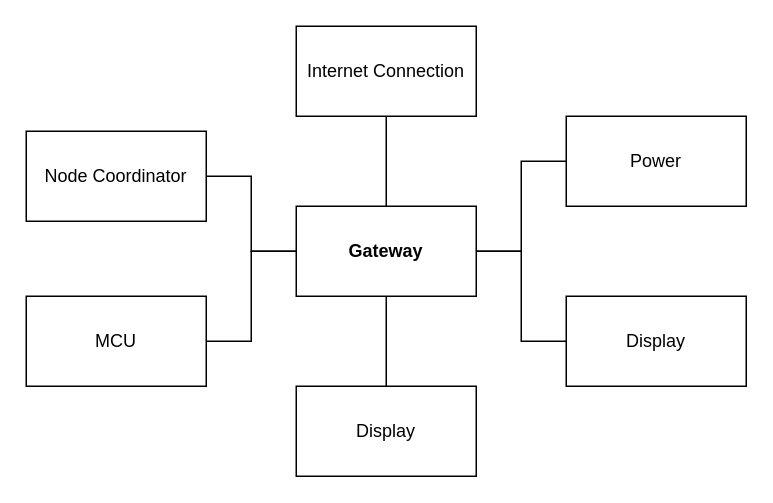
nnthanh1996/canva keeps this draw.io diagram as SodokhoiGateway.drawio. Above is the earlier version. Source tidied: cells renumbered, new cells numbered last; positions are measured from the earlier drawing's top-left corner, leaving out a move shared by most shapes. Both pictures are drawn from the tidied source at 150%, with x=0, y=0 at pixel (26, 26).
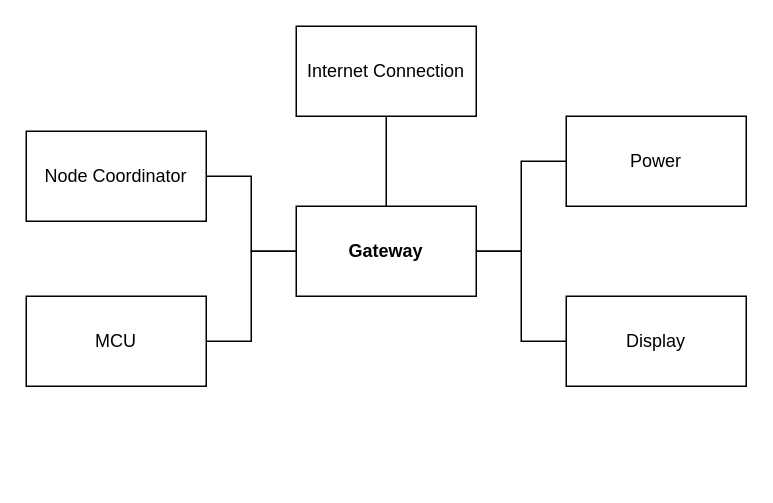
The same diagram, later.

Change to the diagram source:
```diff
@@
 <mxGraphModel>
   <root>
     <mxCell id="0" />
     <mxCell id="1" parent="0" />
     <mxCell id="2" value="Gateway" style="rounded=0;whiteSpace=wrap;html=1;fontStyle=1;" parent="1" vertex="1">
       <mxGeometry x="180" y="120" width="120" height="60" as="geometry" />
     </mxCell>
     <mxCell id="3" style="edgeStyle=orthogonalEdgeStyle;rounded=0;jettySize=auto;html=1;exitX=0.5;exitY=1;exitDx=0;exitDy=0;entryX=0.5;entryY=0;entryDx=0;entryDy=0;endArrow=none;endFill=0;" parent="1" edge="1" source="4" target="2">
       <mxGeometry relative="1" as="geometry" />
     </mxCell>
     <mxCell id="4" value="Internet Connection" style="rounded=0;whiteSpace=wrap;html=1;" parent="1" vertex="1">
       <mxGeometry x="180" width="120" height="60" as="geometry" />
     </mxCell>
     <mxCell id="5" style="edgeStyle=orthogonalEdgeStyle;rounded=0;jettySize=auto;html=1;exitX=0;exitY=0.5;exitDx=0;exitDy=0;entryX=1;entryY=0.5;entryDx=0;entryDy=0;endArrow=none;endFill=0;" parent="1" edge="1" source="6" target="2">
       <mxGeometry relative="1" as="geometry" />
     </mxCell>
     <mxCell id="6" value="Power" style="rounded=0;whiteSpace=wrap;html=1;" parent="1" vertex="1">
       <mxGeometry x="360" y="60" width="120" height="60" as="geometry" />
     </mxCell>
     <mxCell id="7" style="edgeStyle=orthogonalEdgeStyle;rounded=0;jettySize=auto;html=1;exitX=0;exitY=0.5;exitDx=0;exitDy=0;entryX=1;entryY=0.5;entryDx=0;entryDy=0;endArrow=none;endFill=0;" parent="1" edge="1" source="8" target="2">
       <mxGeometry relative="1" as="geometry" />
     </mxCell>
     <mxCell id="8" value="Display" style="rounded=0;whiteSpace=wrap;html=1;" parent="1" vertex="1">
       <mxGeometry x="360" y="180" width="120" height="60" as="geometry" />
     </mxCell>
-    <mxCell id="9" style="edgeStyle=orthogonalEdgeStyle;rounded=0;jettySize=auto;html=1;exitX=0.5;exitY=0;exitDx=0;exitDy=0;entryX=0.5;entryY=1;entryDx=0;entryDy=0;endArrow=none;endFill=0;" parent="1" edge="1" source="10" target="2">
-      <mxGeometry relative="1" as="geometry" />
-    </mxCell>
-    <mxCell id="10" value="Display" style="rounded=0;whiteSpace=wrap;html=1;" parent="1" vertex="1">
-      <mxGeometry x="180" y="240" width="120" height="60" as="geometry" />
-    </mxCell>
     <mxCell id="11" style="edgeStyle=orthogonalEdgeStyle;rounded=0;jettySize=auto;html=1;exitX=1;exitY=0.5;exitDx=0;exitDy=0;entryX=0;entryY=0.5;entryDx=0;entryDy=0;endArrow=none;endFill=0;" parent="1" edge="1" source="12" target="2">
       <mxGeometry relative="1" as="geometry" />
     </mxCell>
     <mxCell id="12" value="Node Coordinator" style="rounded=0;whiteSpace=wrap;html=1;" parent="1" vertex="1">
       <mxGeometry y="70" width="120" height="60" as="geometry" />
     </mxCell>
     <mxCell id="13" style="edgeStyle=orthogonalEdgeStyle;rounded=0;jettySize=auto;html=1;exitX=1;exitY=0.5;exitDx=0;exitDy=0;entryX=0;entryY=0.5;entryDx=0;entryDy=0;endArrow=none;endFill=0;" parent="1" edge="1" source="14" target="2">
       <mxGeometry relative="1" as="geometry" />
     </mxCell>
     <mxCell id="14" value="MCU" style="rounded=0;whiteSpace=wrap;html=1;" parent="1" vertex="1">
       <mxGeometry y="180" width="120" height="60" as="geometry" />
     </mxCell>
   </root>
 </mxGraphModel>
```
